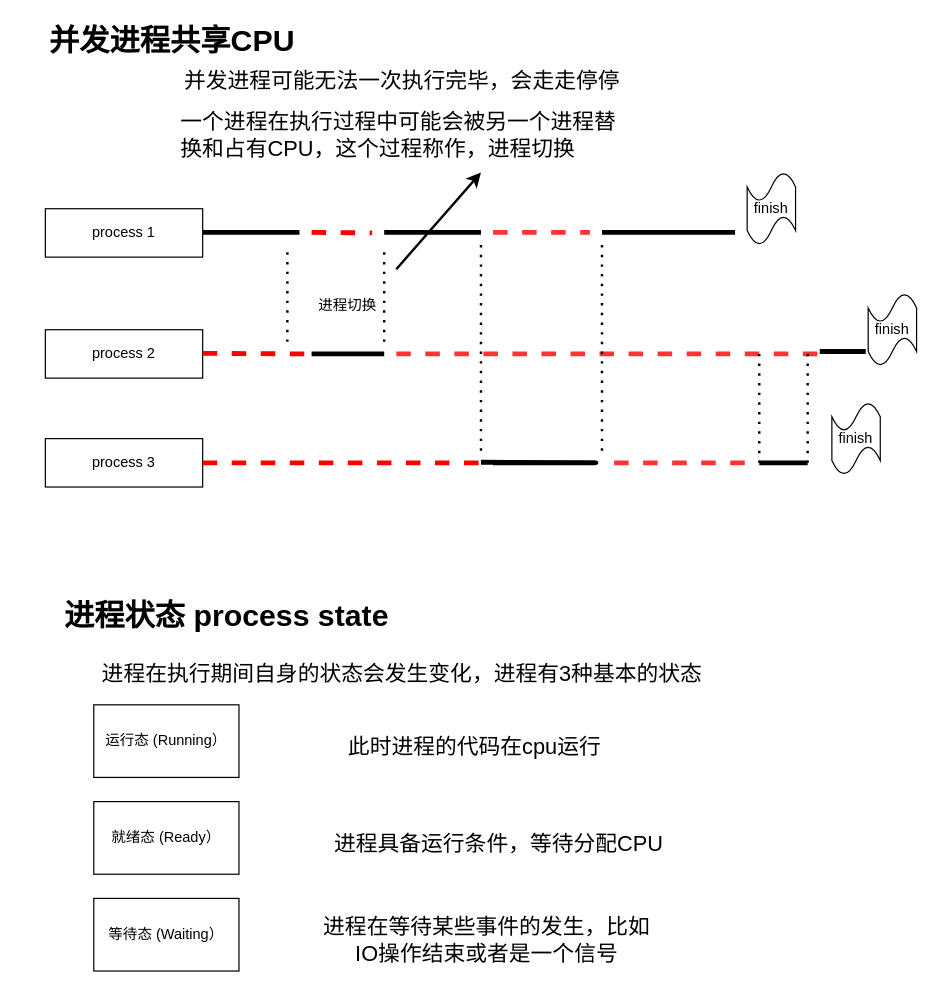
arxobject/spring_analysis keeps this draw.io diagram as diagrams/processconcurrency.drawio. Above is the earlier version. Source tidied: cells renumbered, new cells numbered last; positions are measured from the earlier drawing's top-left corner, leaving out a move shared by most shapes. Both pictures are drawn from the tidied source at 121%, with x=0, y=0 at pixel (21, 27).
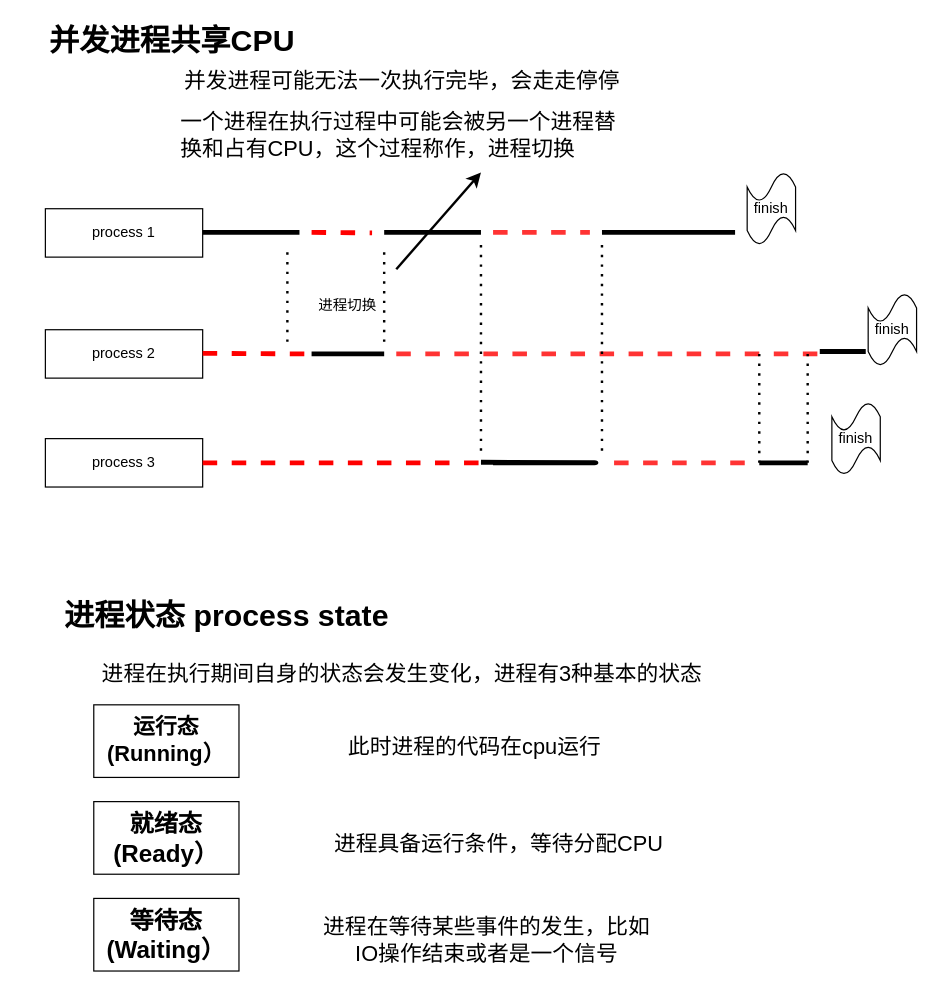
Above is the later version.

What changed in the source:
```diff
@@
-    <mxCell id="34" value="运行态 (Running）" style="rounded=0;whiteSpace=wrap;html=1;" parent="1" vertex="1">
+    <mxCell id="34" value="&lt;font style=&quot;font-size: 18px&quot;&gt;&lt;b&gt;运行态 (Running）&lt;/b&gt;&lt;/font&gt;" style="rounded=0;whiteSpace=wrap;html=1;" parent="1" vertex="1">
       <mxGeometry x="60" y="560" width="120" height="60" as="geometry" />
     </mxCell>
-    <mxCell id="35" value="就绪态 (Ready）" style="rounded=0;whiteSpace=wrap;html=1;" parent="1" vertex="1">
+    <mxCell id="35" value="&lt;font style=&quot;font-size: 20px&quot;&gt;&lt;b&gt;就绪态 (Ready）&lt;/b&gt;&lt;/font&gt;" style="rounded=0;whiteSpace=wrap;html=1;" parent="1" vertex="1">
       <mxGeometry x="60" y="640" width="120" height="60" as="geometry" />
     </mxCell>
-    <mxCell id="36" value="等待态 (Waiting）" style="rounded=0;whiteSpace=wrap;html=1;" parent="1" vertex="1">
+    <mxCell id="36" value="&lt;font style=&quot;font-size: 20px&quot;&gt;&lt;b&gt;等待态 (Waiting）&lt;/b&gt;&lt;/font&gt;" style="rounded=0;whiteSpace=wrap;html=1;" parent="1" vertex="1">
       <mxGeometry x="60" y="720" width="120" height="60" as="geometry" />
     </mxCell>
```
